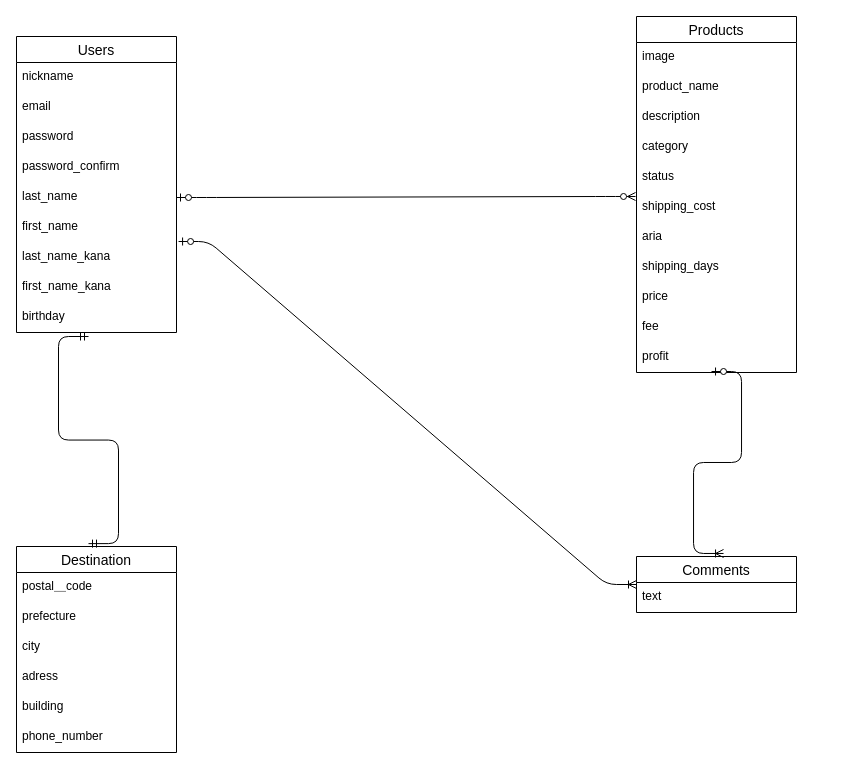
s-kent/furima-34268 keeps this draw.io diagram as er.dio. Above is the earlier version. Source tidied: cells renumbered, new cells numbered last; positions are measured from the earlier drawing's top-left corner, leaving out a move shared by most shapes. Both pictures are drawn from the tidied source at 100%, with x=0, y=0 at pixel (16, 16).
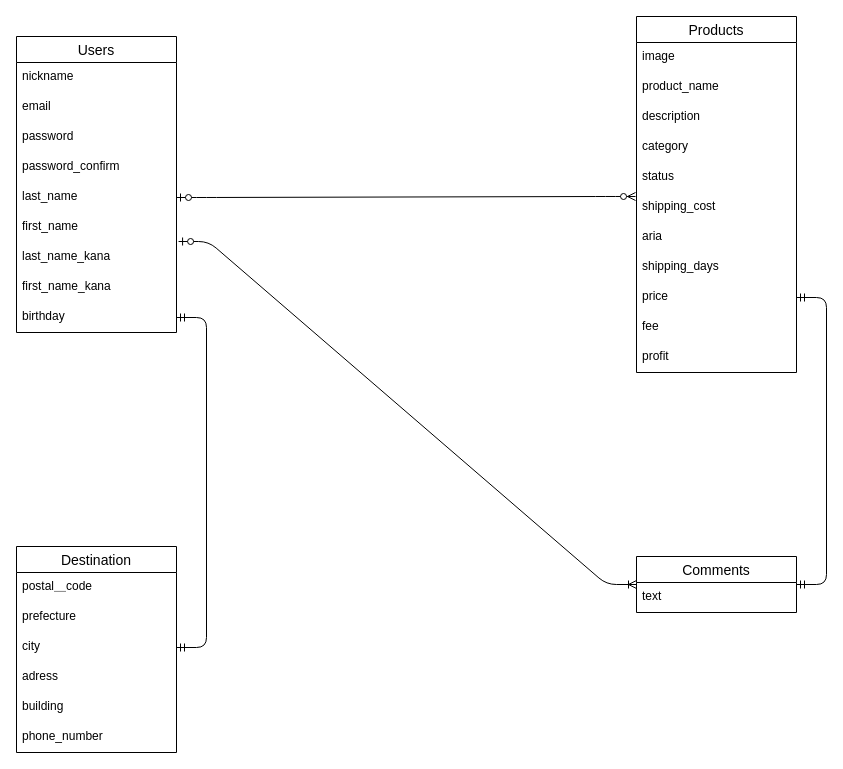
The same page after the edit.

The change refers to these unchanged cells:
```xml
<mxCell id="11" value="birthday" style="text;strokeColor=none;fillColor=none;spacingLeft=4;spacingRight=4;overflow=hidden;points=[[0,0.5],[1,0.5]];portConstraint=eastwest;fontSize=12;" parent="2" vertex="1">
  <mxGeometry y="266" width="160" height="30" as="geometry" />
</mxCell>
<mxCell id="21" value="price" style="text;strokeColor=none;fillColor=none;spacingLeft=4;spacingRight=4;overflow=hidden;points=[[0,0.5],[1,0.5]];portConstraint=eastwest;fontSize=12;" parent="12" vertex="1">
  <mxGeometry y="266" width="160" height="30" as="geometry" />
</mxCell>
<mxCell id="23" value="profit" style="text;strokeColor=none;fillColor=none;spacingLeft=4;spacingRight=4;overflow=hidden;points=[[0,0.5],[1,0.5]];portConstraint=eastwest;fontSize=12;" parent="12" vertex="1">
  <mxGeometry y="326" width="160" height="30" as="geometry" />
</mxCell>
<mxCell id="24" value="Destination" style="swimlane;fontStyle=0;horizontal=1;startSize=26;align=center;fontSize=14;" parent="1" vertex="1">
  <mxGeometry y="530" width="160" height="206" as="geometry" />
</mxCell>
<mxCell id="27" value="city" style="text;strokeColor=none;fillColor=none;spacingLeft=4;spacingRight=4;overflow=hidden;points=[[0,0.5],[1,0.5]];portConstraint=eastwest;fontSize=12;" parent="24" vertex="1">
  <mxGeometry y="86" width="160" height="30" as="geometry" />
</mxCell>
<mxCell id="31" value="Comments" style="swimlane;fontStyle=0;horizontal=1;startSize=26;align=center;fontSize=14;" parent="1" vertex="1">
  <mxGeometry x="620" y="540" width="160" height="56" as="geometry" />
</mxCell>
```

The edit, as a diff of the source:
```diff
@@
-    <mxCell id="34" style="edgeStyle=entityRelationEdgeStyle;fontSize=12;html=1;endArrow=ERoneToMany;startArrow=ERzeroToOne;exitX=0.469;exitY=0.967;exitDx=0;exitDy=0;exitPerimeter=0;entryX=0.544;entryY=-0.054;entryDx=0;entryDy=0;entryPerimeter=0;" parent="1" edge="1" source="23" target="31">
-      <mxGeometry relative="1" as="geometry" />
-    </mxCell>
@@
-    <mxCell id="36" style="edgeStyle=entityRelationEdgeStyle;fontSize=12;html=1;endArrow=ERmandOne;startArrow=ERmandOne;exitX=0.45;exitY=-0.014;exitDx=0;exitDy=0;exitPerimeter=0;" parent="1" edge="1" source="24">
-      <mxGeometry relative="1" as="geometry">
-        <mxPoint x="72" y="320" as="targetPoint" />
-      </mxGeometry>
+    <mxCell id="36" style="edgeStyle=entityRelationEdgeStyle;fontSize=12;html=1;endArrow=ERmandOne;startArrow=ERmandOne;entryX=1;entryY=0.5;entryDx=0;entryDy=0;" parent="1" edge="1" source="11" target="27">
+      <mxGeometry relative="1" as="geometry" />
     </mxCell>
+    <mxCell id="37" style="edgeStyle=entityRelationEdgeStyle;fontSize=12;html=1;endArrow=ERmandOne;startArrow=ERmandOne;entryX=1;entryY=0.5;entryDx=0;entryDy=0;exitX=1;exitY=0.5;exitDx=0;exitDy=0;" parent="1" edge="1" source="21" target="31">
+      <mxGeometry relative="1" as="geometry" />
+    </mxCell>
```
